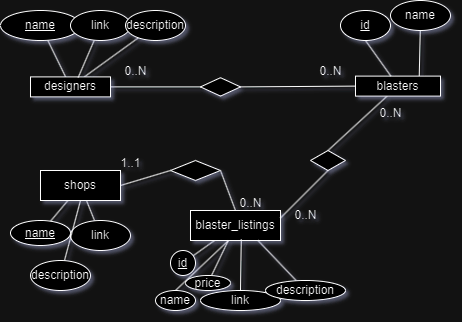
The draw.io diagram docs/ERD.png in SabreBirdOne/BlasterBrowser, before a commit. Source tidied: cells renumbered, new cells last; positions are measured from the earlier drawing's top-left corner, leaving out a move shared by most shapes.
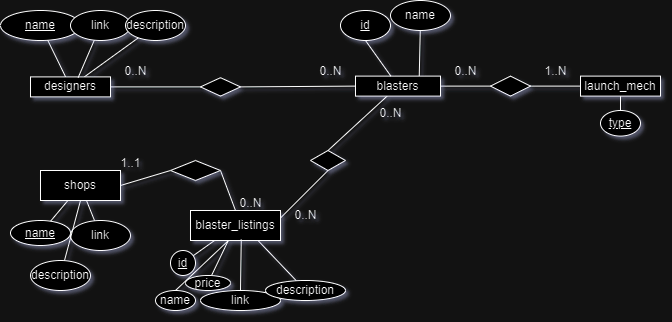
After the change.

Change to the diagram source:
```diff
@@ -29,6 +29,9 @@
     <mxCell id="10" style="rounded=0;jettySize=auto;html=1;endArrow=none;endFill=0;entryX=0.5;entryY=0;entryDx=0;entryDy=0;" parent="1" edge="1" source="11" target="43">
       <mxGeometry relative="1" as="geometry" />
     </mxCell>
+    <mxCell id="48" style="rounded=0;jettySize=auto;html=1;entryX=0;entryY=0.5;entryDx=0;entryDy=0;endArrow=none;endFill=0;" parent="1" edge="1" source="11" target="53">
+      <mxGeometry relative="1" as="geometry" />
+    </mxCell>
     <mxCell id="11" value="blasters" style="rounded=0;whiteSpace=wrap;html=1;" parent="1" vertex="1">
       <mxGeometry x="355" y="75.6" width="85" height="20" as="geometry" />
     </mxCell>
@@ -140,5 +143,26 @@
     <mxCell id="47" value="name" style="ellipse;whiteSpace=wrap;html=1;" parent="1" vertex="1">
       <mxGeometry x="155" y="290" width="40" height="20" as="geometry" />
     </mxCell>
+    <mxCell id="49" style="rounded=0;jettySize=auto;html=1;endArrow=none;endFill=0;" parent="1" edge="1" source="50" target="51">
+      <mxGeometry relative="1" as="geometry" />
+    </mxCell>
+    <mxCell id="50" value="launch_mech" style="whiteSpace=wrap;html=1;" parent="1" vertex="1">
+      <mxGeometry x="580" y="75.6" width="80" height="20" as="geometry" />
+    </mxCell>
+    <mxCell id="51" value="&lt;u&gt;type&lt;/u&gt;" style="ellipse;whiteSpace=wrap;html=1;" parent="1" vertex="1">
+      <mxGeometry x="600" y="110" width="40" height="25.6" as="geometry" />
+    </mxCell>
+    <mxCell id="52" style="rounded=0;jettySize=auto;html=1;entryX=0;entryY=0.5;entryDx=0;entryDy=0;endArrow=none;endFill=0;" parent="1" edge="1" source="53" target="50">
+      <mxGeometry relative="1" as="geometry" />
+    </mxCell>
+    <mxCell id="53" style="rhombus;whiteSpace=wrap;html=1;" parent="1" vertex="1">
+      <mxGeometry x="490" y="75.6" width="40" height="20" as="geometry" />
+    </mxCell>
+    <mxCell id="54" value="0..N" style="text;html=1;align=center;verticalAlign=middle;strokeColor=none;fillColor=none;" parent="1" vertex="1">
+      <mxGeometry x="440" y="55.6" width="50" height="30" as="geometry" />
+    </mxCell>
+    <mxCell id="55" value="1..N" style="text;html=1;align=center;verticalAlign=middle;strokeColor=none;fillColor=none;" parent="1" vertex="1">
+      <mxGeometry x="530" y="55.6" width="50" height="30" as="geometry" />
+    </mxCell>
   </root>
 </mxGraphModel>
```
